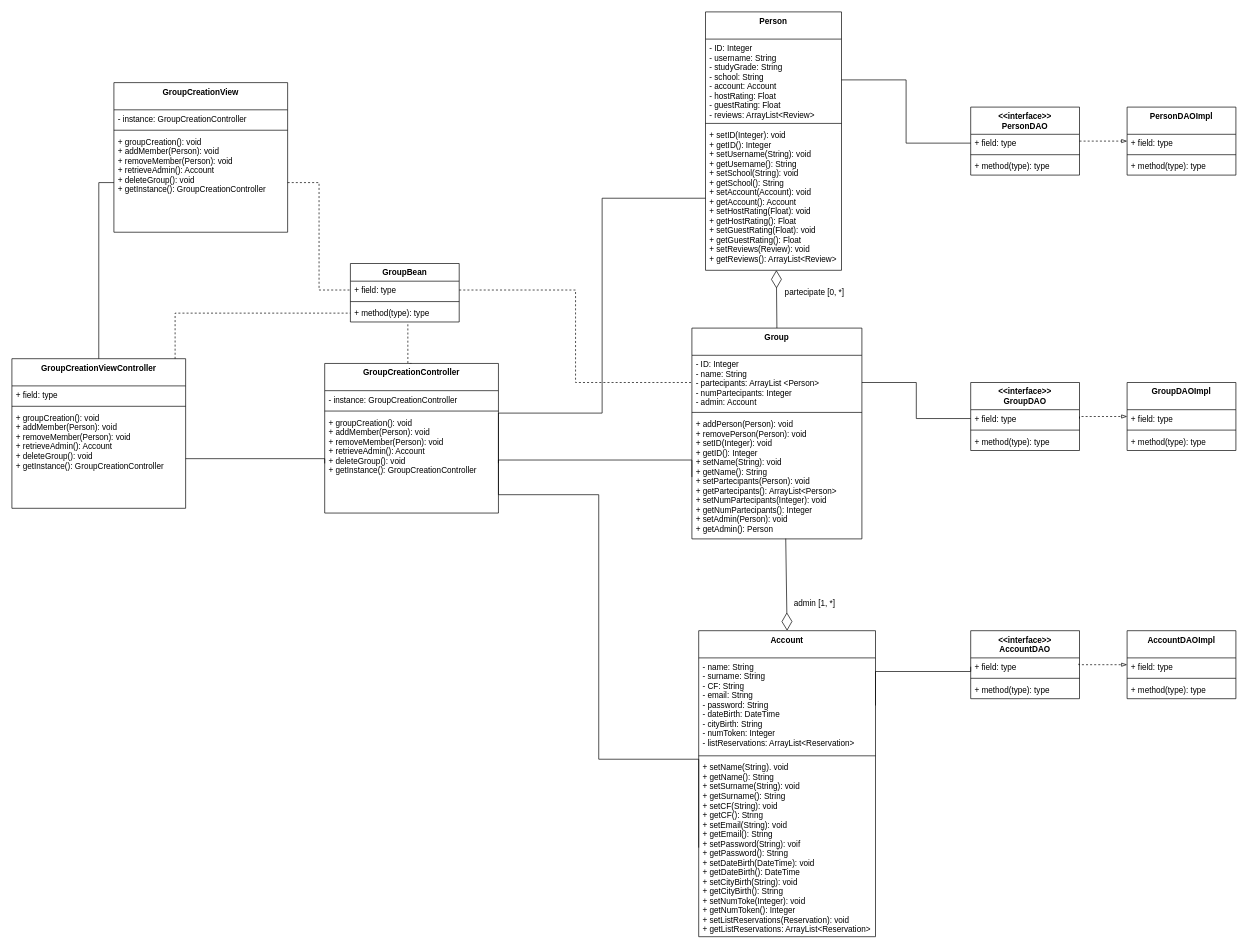
Earlier version of the draw.io diagram Deliverables/Design Level Class Diagram/DLCD Create Study Group Dalena.drawio (nic-agos/DoveStudi). Source tidied: cells renumbered, new cells numbered last; positions are measured from the earlier drawing's top-left corner, leaving out a move shared by most shapes. Both pictures are drawn from the tidied source at 68%, with x=0, y=0 at pixel (12, 12).
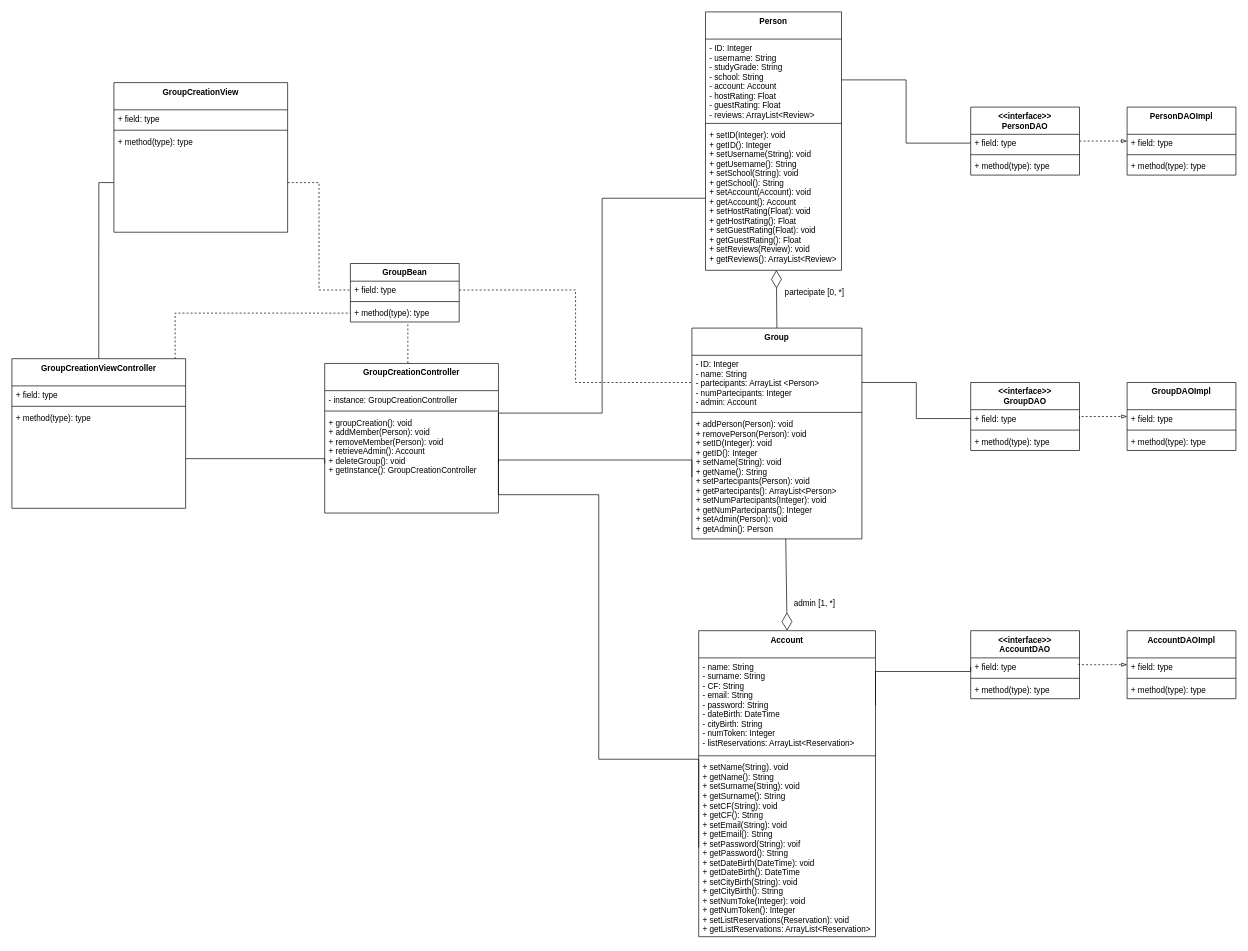
Above is the later version.

Unchanged cells that the change refers to:
```xml
<mxCell id="55" value="GroupCreationViewController" style="swimlane;fontStyle=1;align=center;verticalAlign=top;horizontal=1;startSize=40;" parent="1" vertex="1">
  <mxGeometry y="510" width="255.5" height="220" as="geometry" />
</mxCell>
<mxCell id="59" value="GroupCreationView" style="swimlane;fontStyle=1;align=center;verticalAlign=top;horizontal=1;startSize=40;" parent="1" vertex="1">
  <mxGeometry x="150" y="104" width="255.5" height="220" as="geometry" />
</mxCell>
```

Diff of the diagram source:
```diff
@@
-    <mxCell id="58" value="+ groupCreation(): void&#10;+ addMember(Person): void&#10;+ removeMember(Person): void&#10;+ retrieveAdmin(): Account&#10;+ deleteGroup(): void&#10;+ getInstance(): GroupCreationController" style="text;strokeColor=none;fillColor=none;align=left;verticalAlign=top;spacingLeft=4;spacingRight=4;overflow=hidden;points=[[0,0.5],[1,0.5]];portConstraint=eastwest;" parent="55" vertex="1">
+    <mxCell id="58" value="+ method(type): type" style="text;strokeColor=none;fillColor=none;align=left;verticalAlign=top;spacingLeft=4;spacingRight=4;overflow=hidden;points=[[0,0.5],[1,0.5]];portConstraint=eastwest;" parent="55" vertex="1">
       <mxGeometry y="74" width="255.5" height="146" as="geometry" />
     </mxCell>
@@
-    <mxCell id="60" value="- instance: GroupCreationController" style="text;strokeColor=none;fillColor=none;align=left;verticalAlign=top;spacingLeft=4;spacingRight=4;overflow=hidden;" parent="59" vertex="1">
+    <mxCell id="60" value="+ field: type" style="text;strokeColor=none;fillColor=none;align=left;verticalAlign=top;spacingLeft=4;spacingRight=4;overflow=hidden;" parent="59" vertex="1">
       <mxGeometry y="40" width="255.5" height="26" as="geometry" />
     </mxCell>
@@
-    <mxCell id="62" value="+ groupCreation(): void&#10;+ addMember(Person): void&#10;+ removeMember(Person): void&#10;+ retrieveAdmin(): Account&#10;+ deleteGroup(): void&#10;+ getInstance(): GroupCreationController" style="text;strokeColor=none;fillColor=none;align=left;verticalAlign=top;spacingLeft=4;spacingRight=4;overflow=hidden;points=[[0,0.5],[1,0.5]];portConstraint=eastwest;" parent="59" vertex="1">
+    <mxCell id="62" value="+ method(type): type" style="text;strokeColor=none;fillColor=none;align=left;verticalAlign=top;spacingLeft=4;spacingRight=4;overflow=hidden;points=[[0,0.5],[1,0.5]];portConstraint=eastwest;" parent="59" vertex="1">
       <mxGeometry y="74" width="255.5" height="146" as="geometry" />
     </mxCell>
```
